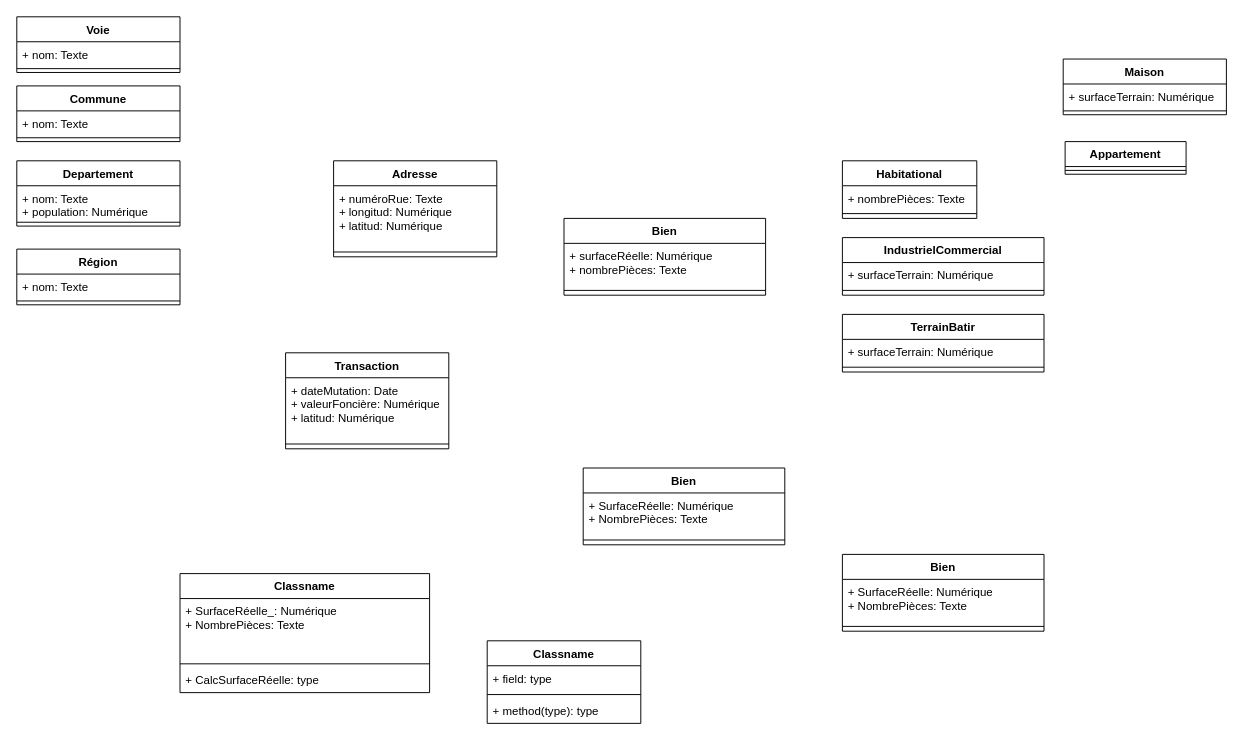
Earlier version of the draw.io diagram Diagramme sans nom.drawio (ocon-ene/Projets-personnelles). Source tidied: cells renumbered, new cells numbered last; positions are measured from the earlier drawing's top-left corner, leaving out a move shared by most shapes. Both pictures are drawn from the tidied source at 96%, with x=0, y=0 at pixel (16, 16).
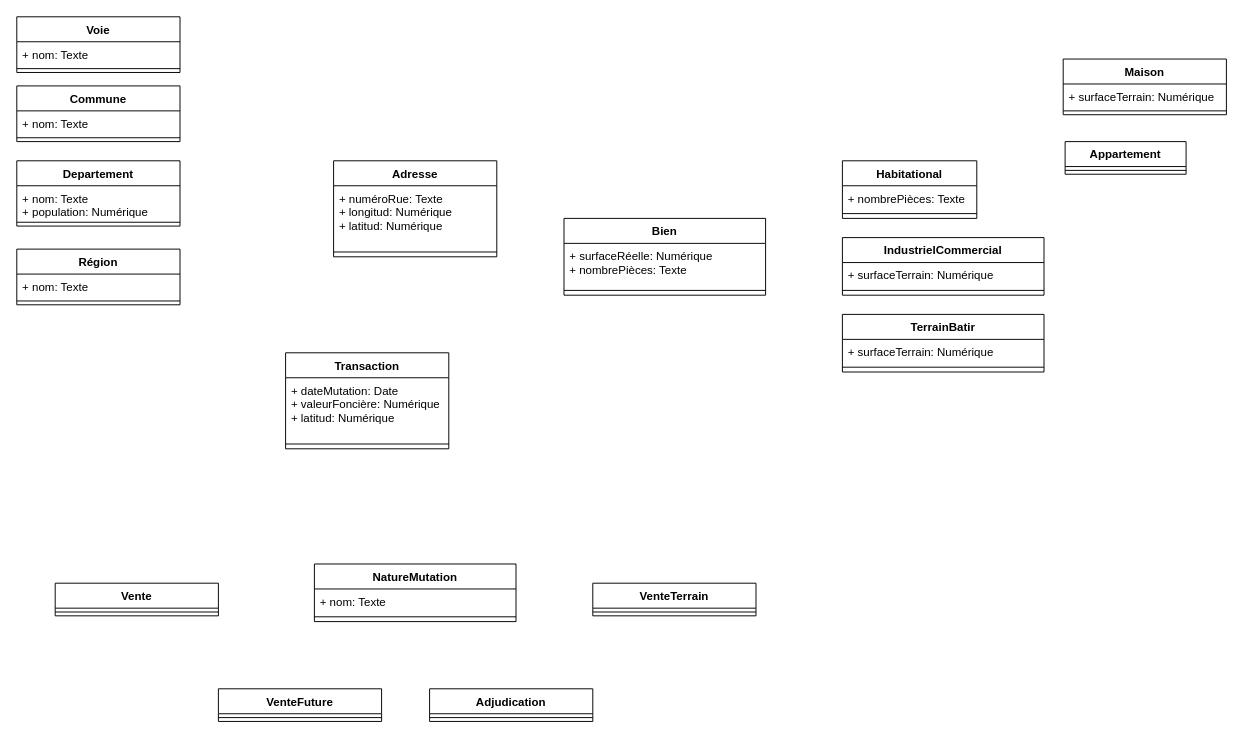
Above is the later version.

Commit message (it also covers changes not shown here):
Mettre à jour Diagramme sans nom.drawio

Change to the diagram source:
```diff
@@
-    <mxCell id="5" value="Classname" style="swimlane;fontStyle=1;align=center;verticalAlign=top;horizontal=1;startSize=26;whiteSpace=wrap;html=1;" parent="1" vertex="1">
-      <mxGeometry x="490" y="650" width="160" height="86" as="geometry" />
-    </mxCell>
-    <mxCell id="6" value="+ field: type" style="text;strokeColor=none;fillColor=none;align=left;verticalAlign=top;spacingLeft=4;spacingRight=4;overflow=hidden;whiteSpace=wrap;html=1;" parent="5" vertex="1">
-      <mxGeometry y="26" width="160" height="26" as="geometry" />
-    </mxCell>
-    <mxCell id="7" style="line;strokeWidth=1;fillColor=none;align=left;verticalAlign=middle;spacingTop=-1;spacingLeft=3;spacingRight=3;labelPosition=right;strokeColor=inherit;" parent="5" vertex="1">
-      <mxGeometry y="52" width="160" height="8" as="geometry" />
-    </mxCell>
-    <mxCell id="8" value="+ method(type): type" style="text;strokeColor=none;fillColor=none;align=left;verticalAlign=top;spacingLeft=4;spacingRight=4;overflow=hidden;whiteSpace=wrap;html=1;" parent="5" vertex="1">
-      <mxGeometry y="60" width="160" height="26" as="geometry" />
-    </mxCell>
-    <mxCell id="9" value="Classname" style="swimlane;fontStyle=1;align=center;verticalAlign=top;horizontal=1;startSize=26;whiteSpace=wrap;html=1;" parent="1" vertex="1">
-      <mxGeometry x="170" y="580" width="260" height="124" as="geometry" />
-    </mxCell>
-    <mxCell id="10" value="&lt;div&gt;+ SurfaceRéelle_: Numérique&lt;/div&gt;+ NombrePièces: Texte" style="text;strokeColor=none;fillColor=none;align=left;verticalAlign=top;spacingLeft=4;spacingRight=4;overflow=hidden;whiteSpace=wrap;html=1;" parent="9" vertex="1">
-      <mxGeometry y="26" width="260" height="64" as="geometry" />
-    </mxCell>
-    <mxCell id="11" style="line;strokeWidth=1;fillColor=none;align=left;verticalAlign=middle;spacingTop=-1;spacingLeft=3;spacingRight=3;labelPosition=right;strokeColor=inherit;" parent="9" vertex="1">
-      <mxGeometry y="90" width="260" height="8" as="geometry" />
-    </mxCell>
-    <mxCell id="12" value="+ CalcSurfaceRéelle: type" style="text;strokeColor=none;fillColor=none;align=left;verticalAlign=top;spacingLeft=4;spacingRight=4;overflow=hidden;whiteSpace=wrap;html=1;" parent="9" vertex="1">
-      <mxGeometry y="98" width="260" height="26" as="geometry" />
-    </mxCell>
@@
-    <mxCell id="21" value="Bien" style="swimlane;fontStyle=1;align=center;verticalAlign=top;horizontal=1;startSize=26;whiteSpace=wrap;html=1;" parent="1" vertex="1">
-      <mxGeometry x="860" y="560" width="210" height="80" as="geometry" />
-    </mxCell>
-    <mxCell id="22" value="&lt;div&gt;+ SurfaceRéelle: Numérique&lt;/div&gt;&lt;div&gt;+ NombrePièces: Texte&lt;br&gt;&lt;/div&gt;" style="text;strokeColor=none;fillColor=none;align=left;verticalAlign=top;spacingLeft=4;spacingRight=4;overflow=hidden;whiteSpace=wrap;html=1;" parent="21" vertex="1">
-      <mxGeometry y="26" width="210" height="44" as="geometry" />
-    </mxCell>
-    <mxCell id="23" style="line;strokeWidth=1;fillColor=none;align=left;verticalAlign=middle;spacingTop=-1;spacingLeft=3;spacingRight=3;labelPosition=right;strokeColor=inherit;" parent="21" vertex="1">
-      <mxGeometry y="70" width="210" height="10" as="geometry" />
-    </mxCell>
@@
-    <mxCell id="27" value="Bien" style="swimlane;fontStyle=1;align=center;verticalAlign=top;horizontal=1;startSize=26;whiteSpace=wrap;html=1;" parent="1" vertex="1">
-      <mxGeometry x="590" y="470" width="210" height="80" as="geometry" />
+    <mxCell id="27" value="NatureMutation" style="swimlane;fontStyle=1;align=center;verticalAlign=top;horizontal=1;startSize=26;whiteSpace=wrap;html=1;" parent="1" vertex="1">
+      <mxGeometry x="310" y="570" width="210" height="60" as="geometry" />
     </mxCell>
-    <mxCell id="28" value="&lt;div&gt;+ SurfaceRéelle: Numérique&lt;/div&gt;&lt;div&gt;+ NombrePièces: Texte&lt;br&gt;&lt;/div&gt;" style="text;strokeColor=none;fillColor=none;align=left;verticalAlign=top;spacingLeft=4;spacingRight=4;overflow=hidden;whiteSpace=wrap;html=1;" parent="27" vertex="1">
-      <mxGeometry y="26" width="210" height="44" as="geometry" />
+    <mxCell id="28" value="&lt;div&gt;+ nom: Texte&lt;br&gt;&lt;/div&gt;&lt;div&gt;&lt;br&gt;&lt;/div&gt;&lt;div&gt;&lt;br&gt;&lt;br&gt;&lt;/div&gt;" style="text;strokeColor=none;fillColor=none;align=left;verticalAlign=top;spacingLeft=4;spacingRight=4;overflow=hidden;whiteSpace=wrap;html=1;" parent="27" vertex="1">
+      <mxGeometry y="26" width="210" height="24" as="geometry" />
     </mxCell>
     <mxCell id="29" style="line;strokeWidth=1;fillColor=none;align=left;verticalAlign=middle;spacingTop=-1;spacingLeft=3;spacingRight=3;labelPosition=right;strokeColor=inherit;" parent="27" vertex="1">
-      <mxGeometry y="70" width="210" height="10" as="geometry" />
+      <mxGeometry y="50" width="210" height="10" as="geometry" />
     </mxCell>
@@
+    <mxCell id="51" value="Vente" style="swimlane;fontStyle=1;align=center;verticalAlign=top;horizontal=1;startSize=26;whiteSpace=wrap;html=1;" parent="1" vertex="1">
+      <mxGeometry x="40" y="590" width="170" height="34" as="geometry" />
+    </mxCell>
+    <mxCell id="52" style="line;strokeWidth=1;fillColor=none;align=left;verticalAlign=middle;spacingTop=-1;spacingLeft=3;spacingRight=3;labelPosition=right;strokeColor=inherit;" parent="51" vertex="1">
+      <mxGeometry y="26" width="170" height="8" as="geometry" />
+    </mxCell>
+    <mxCell id="53" value="VenteFuture" style="swimlane;fontStyle=1;align=center;verticalAlign=top;horizontal=1;startSize=26;whiteSpace=wrap;html=1;" parent="1" vertex="1">
+      <mxGeometry x="210" y="700" width="170" height="34" as="geometry" />
+    </mxCell>
+    <mxCell id="54" style="line;strokeWidth=1;fillColor=none;align=left;verticalAlign=middle;spacingTop=-1;spacingLeft=3;spacingRight=3;labelPosition=right;strokeColor=inherit;" parent="53" vertex="1">
+      <mxGeometry y="26" width="170" height="8" as="geometry" />
+    </mxCell>
+    <mxCell id="55" value="Adjudication" style="swimlane;fontStyle=1;align=center;verticalAlign=top;horizontal=1;startSize=26;whiteSpace=wrap;html=1;" parent="1" vertex="1">
+      <mxGeometry x="430" y="700" width="170" height="34" as="geometry" />
+    </mxCell>
+    <mxCell id="56" style="line;strokeWidth=1;fillColor=none;align=left;verticalAlign=middle;spacingTop=-1;spacingLeft=3;spacingRight=3;labelPosition=right;strokeColor=inherit;" parent="55" vertex="1">
+      <mxGeometry y="26" width="170" height="8" as="geometry" />
+    </mxCell>
+    <mxCell id="57" value="VenteTerrain" style="swimlane;fontStyle=1;align=center;verticalAlign=top;horizontal=1;startSize=26;whiteSpace=wrap;html=1;" parent="1" vertex="1">
+      <mxGeometry x="600" y="590" width="170" height="34" as="geometry" />
+    </mxCell>
+    <mxCell id="58" style="line;strokeWidth=1;fillColor=none;align=left;verticalAlign=middle;spacingTop=-1;spacingLeft=3;spacingRight=3;labelPosition=right;strokeColor=inherit;" parent="57" vertex="1">
+      <mxGeometry y="26" width="170" height="8" as="geometry" />
+    </mxCell>
```
